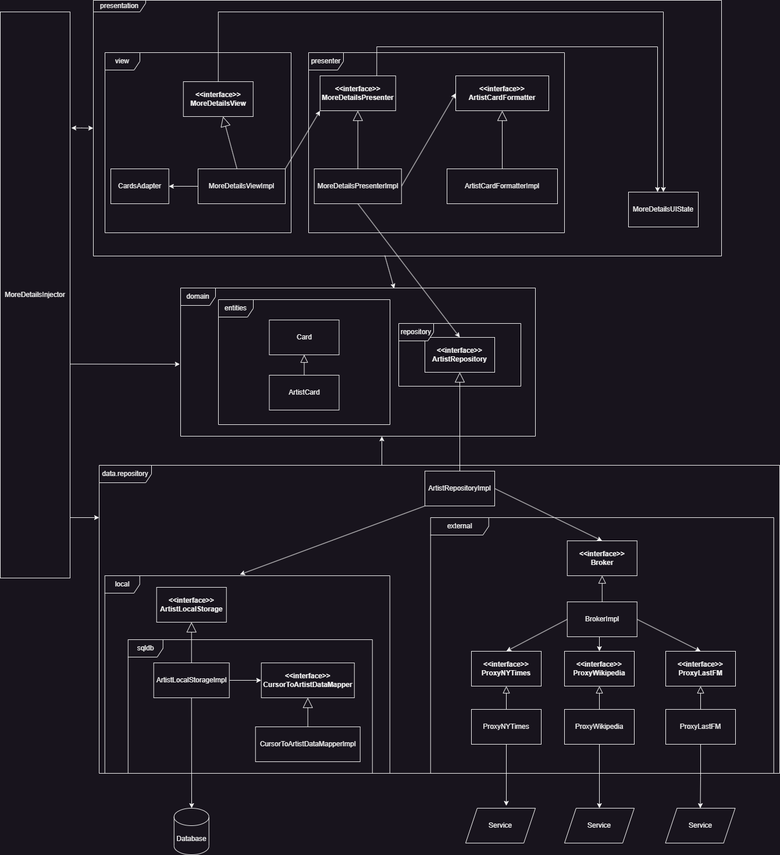
This is docs/Diagrama MoreDetails.png from elagarrigue/AyDS23-NewYork2, a draw.io export, as it was before one commit. Source tidied: cells renumbered, new cells last; positions are measured from the earlier drawing's top-left corner, leaving out a move shared by most shapes.
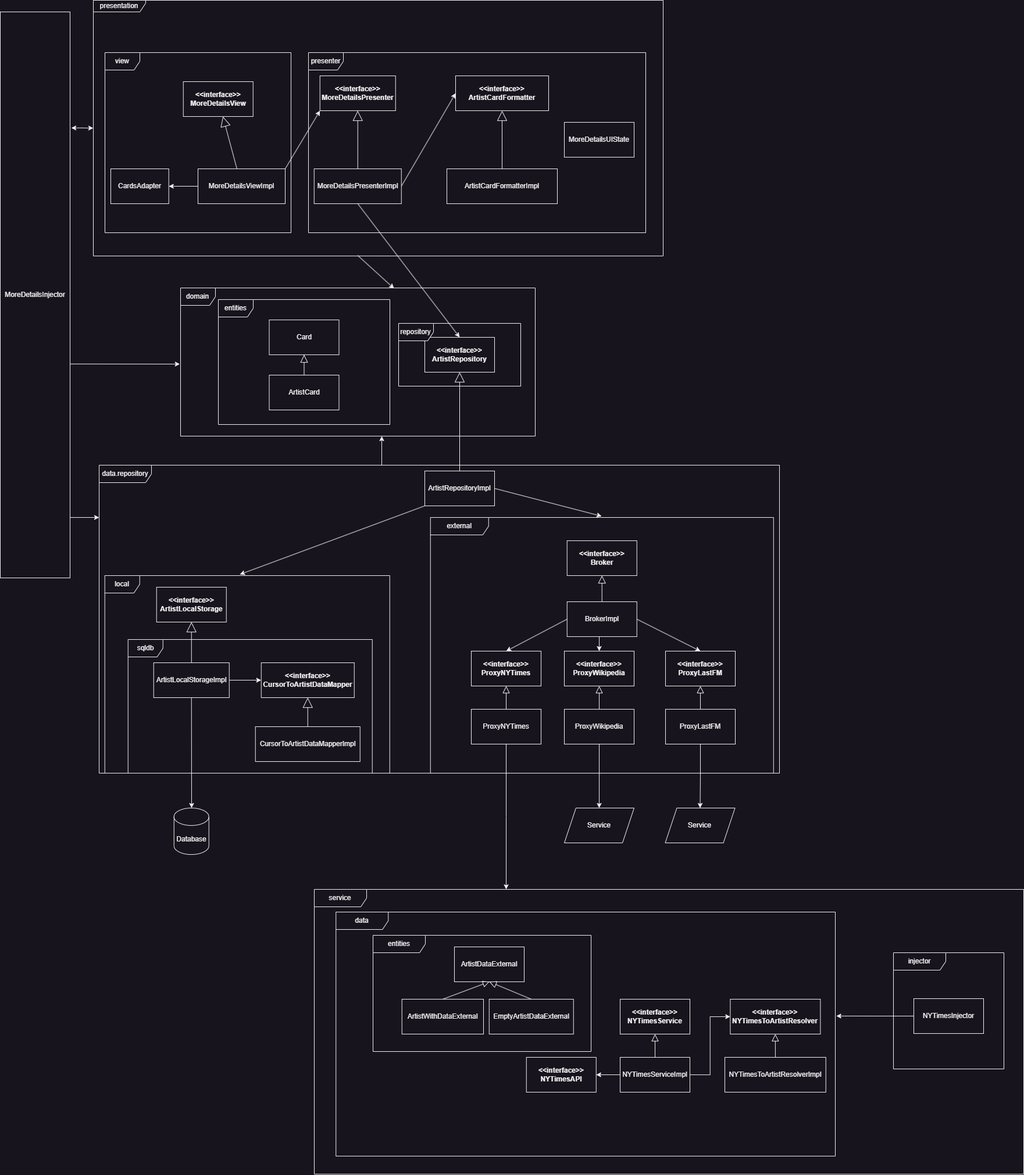
After the change.

Commit message:
Movido el uistate al presenter y modificado diagrama con las correcciones

Diff of the diagram source:
```diff
@@ -14,7 +14,7 @@
     <mxCell id="5" style="rounded=0;jettySize=auto;html=1;exitX=0;exitY=1;exitDx=0;exitDy=0;entryX=0.474;entryY=-0.006;entryDx=0;entryDy=0;entryPerimeter=0;" parent="1" edge="1" source="7" target="36">
       <mxGeometry relative="1" as="geometry" />
     </mxCell>
-    <mxCell id="6" style="rounded=0;jettySize=auto;html=1;exitX=1;exitY=0.5;exitDx=0;exitDy=0;entryX=0.5;entryY=0;entryDx=0;entryDy=0;" parent="1" edge="1" source="7" target="53">
+    <mxCell id="6" style="rounded=0;jettySize=auto;html=1;exitX=1;exitY=0.5;exitDx=0;exitDy=0;entryX=0.499;entryY=-0.005;entryDx=0;entryDy=0;entryPerimeter=0;" parent="1" edge="1" source="7" target="37">
       <mxGeometry relative="1" as="geometry" />
     </mxCell>
     <mxCell id="7" value="ArtistRepositoryImpl" style="rounded=0;whiteSpace=wrap;html=1;" parent="1" vertex="1">
@@ -53,27 +53,9 @@
     <mxCell id="18" value="MoreDetailsInjector" style="rounded=0;whiteSpace=wrap;html=1;" parent="1" vertex="1">
       <mxGeometry y="20" width="120" height="974" as="geometry" />
     </mxCell>
-    <mxCell id="19" style="rounded=0;jettySize=auto;html=1;exitX=0.75;exitY=0;exitDx=0;exitDy=0;edgeStyle=orthogonalEdgeStyle;" parent="1" edge="1" source="20">
-      <mxGeometry relative="1" as="geometry">
-        <mxPoint x="1130" y="330" as="targetPoint" />
-        <Array as="points">
-          <mxPoint x="647" y="80" />
-          <mxPoint x="1130" y="80" />
-          <mxPoint x="1130" y="330" />
-        </Array>
-      </mxGeometry>
-    </mxCell>
     <mxCell id="20" value="&amp;lt;&amp;lt;interface&amp;gt;&amp;gt; MoreDetailsPresenter" style="rounded=0;whiteSpace=wrap;html=1;fontStyle=1;" parent="1" vertex="1">
       <mxGeometry x="549.8" y="130" width="130" height="60" as="geometry" />
     </mxCell>
-    <mxCell id="21" style="edgeStyle=orthogonalEdgeStyle;rounded=0;jettySize=auto;html=1;exitX=0.5;exitY=0;exitDx=0;exitDy=0;" parent="1" edge="1" source="22" target="33">
-      <mxGeometry relative="1" as="geometry">
-        <Array as="points">
-          <mxPoint x="375" y="20" />
-          <mxPoint x="1140" y="20" />
-        </Array>
-      </mxGeometry>
-    </mxCell>
     <mxCell id="22" value="&amp;lt;&amp;lt;interface&amp;gt;&amp;gt; MoreDetailsView" style="rounded=0;whiteSpace=wrap;html=1;fontStyle=1;" parent="1" vertex="1">
       <mxGeometry x="314.8" y="140" width="120" height="60" as="geometry" />
     </mxCell>
@@ -108,7 +90,7 @@
       <mxGeometry x="768" y="290" width="190" height="60" as="geometry" />
     </mxCell>
     <mxCell id="33" value="MoreDetailsUIState" style="rounded=0;whiteSpace=wrap;html=1;" parent="1" vertex="1">
-      <mxGeometry x="1080" y="330" width="120" height="60" as="geometry" />
+      <mxGeometry x="970" y="210" width="120" height="60" as="geometry" />
     </mxCell>
     <mxCell id="34" value="&amp;lt;&amp;lt;interface&amp;gt;&amp;gt;&lt;br&gt;ArtistCardFormatter" style="rounded=0;whiteSpace=wrap;html=1;fontStyle=1;" parent="1" vertex="1">
       <mxGeometry x="783" y="130" width="160" height="60" as="geometry" />
@@ -138,13 +120,13 @@
       <mxGeometry x="180" y="90" width="320" height="310" as="geometry" />
     </mxCell>
     <mxCell id="43" value="presenter" style="shape=umlFrame;whiteSpace=wrap;html=1;" parent="1" vertex="1">
-      <mxGeometry x="530" y="90" width="440" height="310" as="geometry" />
+      <mxGeometry x="530" y="90" width="580" height="310" as="geometry" />
     </mxCell>
     <mxCell id="44" style="edgeStyle=orthogonalEdgeStyle;rounded=0;jettySize=auto;html=1;exitX=1.017;exitY=0.205;exitDx=0;exitDy=0;exitPerimeter=0;startArrow=classic;startFill=1;" parent="1" edge="1" source="18" target="45">
       <mxGeometry relative="1" as="geometry" />
     </mxCell>
     <mxCell id="45" value="presentation" style="shape=umlFrame;whiteSpace=wrap;html=1;width=90;height=20;" parent="1" vertex="1">
-      <mxGeometry x="160" width="1080" height="440" as="geometry" />
+      <mxGeometry x="160" width="980" height="440" as="geometry" />
     </mxCell>
     <mxCell id="46" style="endArrow=classic;html=1;rounded=0;" parent="1" edge="1">
       <mxGeometry relative="1" as="geometry">
@@ -164,9 +146,6 @@
     <mxCell id="49" value="Database" style="shape=cylinder3;whiteSpace=wrap;html=1;boundedLbl=1;backgroundOutline=1;size=15;" parent="1" vertex="1">
       <mxGeometry x="298.8" y="1390" width="60" height="80" as="geometry" />
     </mxCell>
-    <mxCell id="50" value="Service" style="shape=parallelogram;perimeter=parallelogramPerimeter;whiteSpace=wrap;html=1;fixedSize=1;" parent="1" vertex="1">
-      <mxGeometry x="800" y="1390" width="120" height="60" as="geometry" />
-    </mxCell>
     <mxCell id="51" style="endArrow=classic;html=1;rounded=0;exitX=0.5;exitY=1;exitDx=0;exitDy=0;" parent="1" edge="1" source="11">
       <mxGeometry relative="1" as="geometry">
         <mxPoint x="329" y="1390" as="targetPoint" />
@@ -205,8 +184,10 @@
     <mxCell id="62" style="edgeStyle=orthogonalEdgeStyle;rounded=0;jettySize=auto;html=1;exitX=0.5;exitY=0;exitDx=0;exitDy=0;entryX=0.5;entryY=1;entryDx=0;entryDy=0;endSize=10;endArrow=block;endFill=0;" parent="1" edge="1" source="64" target="15">
       <mxGeometry relative="1" as="geometry" />
     </mxCell>
-    <mxCell id="63" style="edgeStyle=orthogonalEdgeStyle;rounded=0;jettySize=auto;html=1;exitX=0.5;exitY=1;exitDx=0;exitDy=0;entryX=0.583;entryY=-0.067;entryDx=0;entryDy=0;entryPerimeter=0;" parent="1" edge="1" source="64" target="50">
-      <mxGeometry relative="1" as="geometry" />
+    <mxCell id="63" style="edgeStyle=orthogonalEdgeStyle;rounded=0;jettySize=auto;html=1;exitX=0.5;exitY=1;exitDx=0;exitDy=0;" parent="1" edge="1" source="64">
+      <mxGeometry relative="1" as="geometry">
+        <mxPoint x="870" y="1530" as="targetPoint" />
+      </mxGeometry>
     </mxCell>
     <mxCell id="64" value="ProxyNYTimes" style="rounded=0;whiteSpace=wrap;html=1;" parent="1" vertex="1">
       <mxGeometry x="810" y="1220" width="120" height="60" as="geometry" />
@@ -235,5 +216,65 @@
     <mxCell id="72" value="Service" style="shape=parallelogram;perimeter=parallelogramPerimeter;whiteSpace=wrap;html=1;fixedSize=1;" parent="1" vertex="1">
       <mxGeometry x="1143.5" y="1390" width="120" height="60" as="geometry" />
     </mxCell>
+    <mxCell id="73" value="ArtistDataExternal" style="rounded=0;whiteSpace=wrap;html=1;" parent="1" vertex="1">
+      <mxGeometry x="781" y="1629" width="120" height="60" as="geometry" />
+    </mxCell>
+    <mxCell id="74" style="rounded=0;jettySize=auto;html=1;exitX=0.5;exitY=0;exitDx=0;exitDy=0;entryX=0.5;entryY=1;entryDx=0;entryDy=0;endArrow=block;endFill=0;endSize=9;" parent="1" edge="1" source="75" target="73">
+      <mxGeometry relative="1" as="geometry" />
+    </mxCell>
+    <mxCell id="75" value="ArtistWithDataExternal" style="rounded=0;whiteSpace=wrap;html=1;" parent="1" vertex="1">
+      <mxGeometry x="690.8" y="1719" width="140.2" height="60" as="geometry" />
+    </mxCell>
+    <mxCell id="76" style="rounded=0;jettySize=auto;html=1;exitX=0.5;exitY=0;exitDx=0;exitDy=0;entryX=0.5;entryY=1;entryDx=0;entryDy=0;endSize=10;endArrow=block;endFill=0;" parent="1" edge="1" source="77" target="73">
+      <mxGeometry relative="1" as="geometry" />
+    </mxCell>
+    <mxCell id="77" value="EmptyArtistDataExternal" style="rounded=0;whiteSpace=wrap;html=1;" parent="1" vertex="1">
+      <mxGeometry x="840.8" y="1719" width="145" height="60" as="geometry" />
+    </mxCell>
+    <mxCell id="78" value="entities" style="shape=umlFrame;whiteSpace=wrap;html=1;width=90;height=30;" parent="1" vertex="1">
+      <mxGeometry x="641" y="1609" width="375" height="200" as="geometry" />
+    </mxCell>
+    <mxCell id="79" value="data" style="shape=umlFrame;whiteSpace=wrap;html=1;width=90;height=30;" parent="1" vertex="1">
+      <mxGeometry x="577.2" y="1569" width="858.8" height="420" as="geometry" />
+    </mxCell>
+    <mxCell id="80" value="&amp;lt;&amp;lt;interface&amp;gt;&amp;gt;&lt;br&gt;NYTimesAPI" style="rounded=0;whiteSpace=wrap;html=1;fontStyle=1;" parent="1" vertex="1">
+      <mxGeometry x="904.8" y="1819" width="120" height="60" as="geometry" />
+    </mxCell>
+    <mxCell id="81" value="&amp;lt;&amp;lt;interface&amp;gt;&amp;gt;&lt;br&gt;NYTimesService" style="rounded=0;whiteSpace=wrap;html=1;fontStyle=1;" parent="1" vertex="1">
+      <mxGeometry x="1066" y="1719" width="120" height="60" as="geometry" />
+    </mxCell>
+    <mxCell id="82" style="edgeStyle=orthogonalEdgeStyle;rounded=0;jettySize=auto;html=1;exitX=0.5;exitY=0;exitDx=0;exitDy=0;entryX=0.5;entryY=1;entryDx=0;entryDy=0;endArrow=block;endFill=0;endSize=10;" parent="1" edge="1" source="85" target="81">
+      <mxGeometry relative="1" as="geometry" />
+    </mxCell>
+    <mxCell id="83" style="edgeStyle=orthogonalEdgeStyle;rounded=0;jettySize=auto;html=1;exitX=0;exitY=0.5;exitDx=0;exitDy=0;entryX=1;entryY=0.5;entryDx=0;entryDy=0;" parent="1" edge="1" source="85" target="80">
+      <mxGeometry relative="1" as="geometry" />
+    </mxCell>
+    <mxCell id="84" style="edgeStyle=orthogonalEdgeStyle;rounded=0;jettySize=auto;html=1;exitX=1;exitY=0.5;exitDx=0;exitDy=0;entryX=0;entryY=0.5;entryDx=0;entryDy=0;" parent="1" edge="1" source="85" target="86">
+      <mxGeometry relative="1" as="geometry" />
+    </mxCell>
+    <mxCell id="85" value="NYTimesServiceImpl" style="rounded=0;whiteSpace=wrap;html=1;" parent="1" vertex="1">
+      <mxGeometry x="1066" y="1819" width="120" height="60" as="geometry" />
+    </mxCell>
+    <mxCell id="86" value="&amp;lt;&amp;lt;interface&amp;gt;&amp;gt;&lt;br&gt;NYTimesToArtistResolver" style="rounded=0;whiteSpace=wrap;html=1;fontStyle=1;" parent="1" vertex="1">
+      <mxGeometry x="1255.4" y="1719" width="155" height="60" as="geometry" />
+    </mxCell>
+    <mxCell id="87" style="edgeStyle=orthogonalEdgeStyle;rounded=0;jettySize=auto;html=1;endArrow=block;endFill=0;jumpSize=6;endSize=10;" parent="1" edge="1" source="88" target="86">
+      <mxGeometry relative="1" as="geometry" />
+    </mxCell>
+    <mxCell id="88" value="NYTimesToArtistResolverImpl" style="rounded=0;whiteSpace=wrap;html=1;" parent="1" vertex="1">
+      <mxGeometry x="1246" y="1819" width="173.8" height="60" as="geometry" />
+    </mxCell>
+    <mxCell id="89" value="injector" style="shape=umlFrame;whiteSpace=wrap;html=1;width=90;height=30;" parent="1" vertex="1">
+      <mxGeometry x="1536" y="1639" width="190" height="200" as="geometry" />
+    </mxCell>
+    <mxCell id="90" style="edgeStyle=orthogonalEdgeStyle;rounded=0;jettySize=auto;html=1;exitX=0;exitY=0.5;exitDx=0;exitDy=0;entryX=1.002;entryY=0.426;entryDx=0;entryDy=0;entryPerimeter=0;" parent="1" edge="1" source="91" target="79">
+      <mxGeometry relative="1" as="geometry" />
+    </mxCell>
+    <mxCell id="91" value="NYTimesInjector" style="rounded=0;whiteSpace=wrap;html=1;" parent="1" vertex="1">
+      <mxGeometry x="1571" y="1718" width="120" height="60" as="geometry" />
+    </mxCell>
+    <mxCell id="92" value="service" style="shape=umlFrame;whiteSpace=wrap;html=1;width=90;height=30;" parent="1" vertex="1">
+      <mxGeometry x="540" y="1530" width="1220" height="490" as="geometry" />
+    </mxCell>
   </root>
 </mxGraphModel>
```
